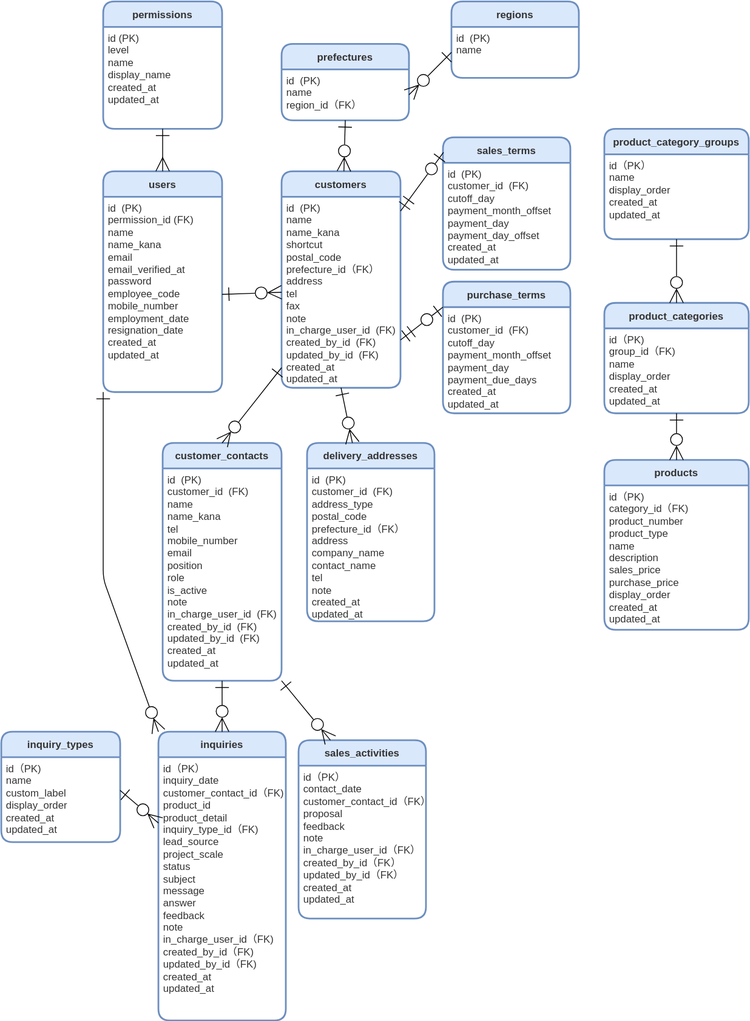
ryo-tom/flagship keeps this draw.io diagram as src/docs/ER.drawio.svg. Above is the earlier version. Source tidied: cells renumbered, new cells last; positions are measured from the earlier drawing's top-left corner, leaving out a move shared by most shapes.
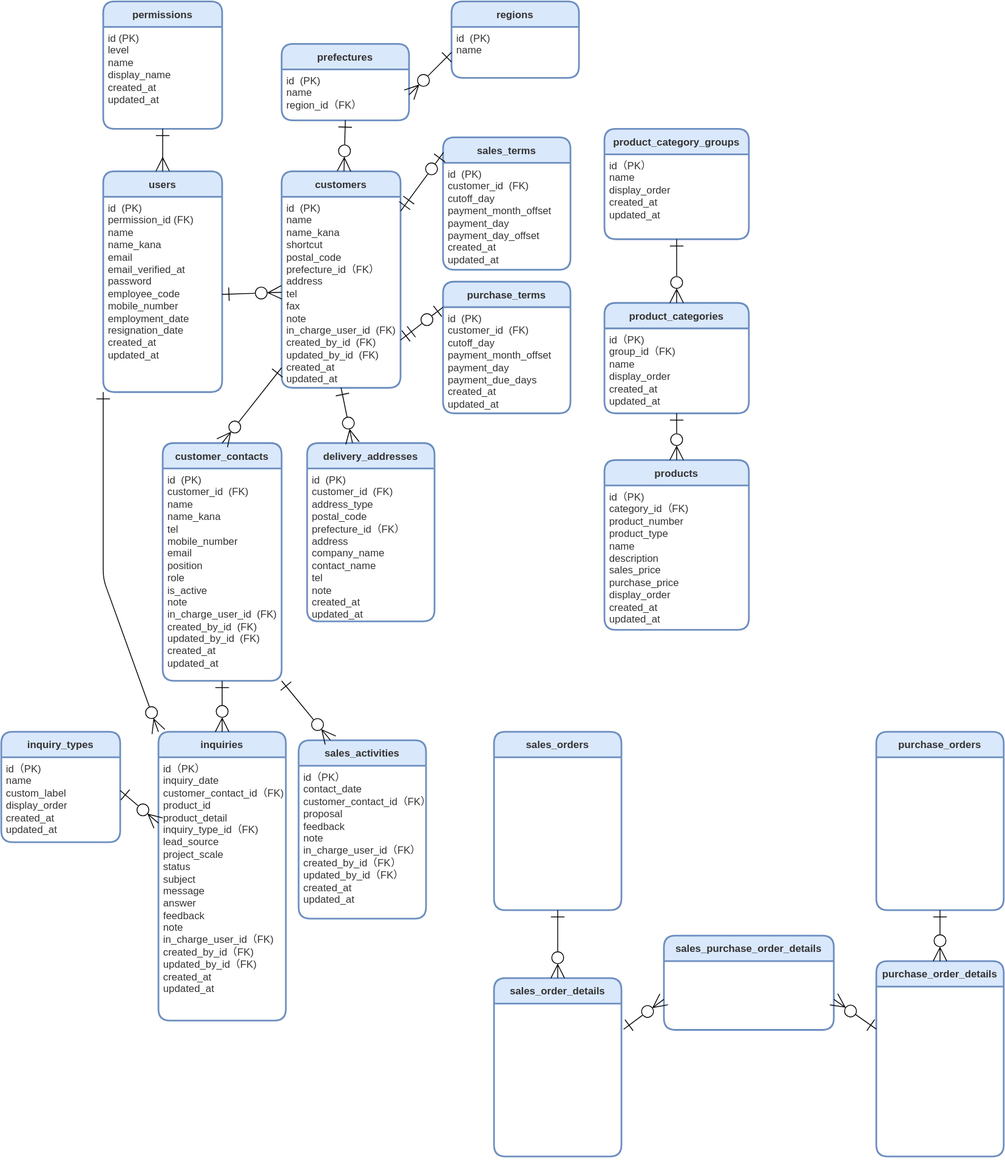
Later version of the same file.

Commit message:
docs: update table-definition, ER

Change to the diagram source:
```diff
@@ -138,5 +138,59 @@
     <mxCell id="45" style="edgeStyle=none;shape=connector;rounded=1;jumpStyle=none;jumpSize=6;html=1;shadow=0;labelBackgroundColor=default;strokeColor=default;fontFamily=Helvetica;fontSize=12;fontColor=default;startArrow=ERone;startFill=0;endArrow=ERzeroToMany;endFill=0;startSize=14;endSize=14;targetPerimeterSpacing=0;verticalAlign=top;exitX=1;exitY=1;exitDx=0;exitDy=0;entryX=0.25;entryY=0;entryDx=0;entryDy=0;" parent="1" edge="1" source="11" target="43">
       <mxGeometry relative="1" as="geometry" />
     </mxCell>
+    <mxCell id="46" value="sales_orders" style="swimlane;horizontal=1;startSize=30;rounded=1;fontSize=12;fontStyle=1;strokeWidth=2;shadow=0;dashed=0;align=center;fillColor=#dae8fc;strokeColor=#6c8ebf;fontColor=#333333;labelBackgroundColor=none;gradientColor=none;swimlaneFillColor=#FFFFFF;verticalAlign=middle;" parent="1" vertex="1">
+      <mxGeometry x="580" y="860" width="150" height="210" as="geometry" />
+    </mxCell>
+    <mxCell id="47" value="&lt;br&gt;" style="align=left;strokeColor=none;fillColor=none;spacingLeft=4;fontSize=12;verticalAlign=top;fontColor=#333333;html=1;" parent="46" vertex="1">
+      <mxGeometry y="30" width="150" height="180" as="geometry" />
+    </mxCell>
+    <mxCell id="48" value="purchase_orders" style="swimlane;horizontal=1;startSize=30;rounded=1;fontSize=12;fontStyle=1;strokeWidth=2;shadow=0;dashed=0;align=center;fillColor=#dae8fc;strokeColor=#6c8ebf;fontColor=#333333;labelBackgroundColor=none;gradientColor=none;swimlaneFillColor=#FFFFFF;verticalAlign=middle;" parent="1" vertex="1">
+      <mxGeometry x="1030" y="860" width="150" height="210" as="geometry" />
+    </mxCell>
+    <mxCell id="49" value="&lt;br&gt;" style="align=left;strokeColor=none;fillColor=none;spacingLeft=4;fontSize=12;verticalAlign=top;fontColor=#333333;html=1;" parent="48" vertex="1">
+      <mxGeometry y="30" width="150" height="180" as="geometry" />
+    </mxCell>
+    <mxCell id="50" value="purchase_order_details" style="swimlane;horizontal=1;startSize=30;rounded=1;fontSize=12;fontStyle=1;strokeWidth=2;shadow=0;dashed=0;align=center;fillColor=#dae8fc;strokeColor=#6c8ebf;fontColor=#333333;labelBackgroundColor=none;gradientColor=none;swimlaneFillColor=#FFFFFF;verticalAlign=middle;" parent="1" vertex="1">
+      <mxGeometry x="1030" y="1130" width="150" height="230" as="geometry" />
+    </mxCell>
+    <mxCell id="51" value="&lt;br&gt;" style="align=left;strokeColor=none;fillColor=none;spacingLeft=4;fontSize=12;verticalAlign=top;fontColor=#333333;html=1;" parent="50" vertex="1">
+      <mxGeometry y="30" width="150" height="200" as="geometry" />
+    </mxCell>
+    <mxCell id="52" value="sales_order_details" style="swimlane;horizontal=1;startSize=30;rounded=1;fontSize=12;fontStyle=1;strokeWidth=2;shadow=0;dashed=0;align=center;fillColor=#dae8fc;strokeColor=#6c8ebf;fontColor=#333333;labelBackgroundColor=none;gradientColor=none;swimlaneFillColor=#FFFFFF;verticalAlign=middle;" parent="1" vertex="1">
+      <mxGeometry x="580" y="1150" width="150" height="210" as="geometry" />
+    </mxCell>
+    <mxCell id="53" value="&lt;br&gt;" style="align=left;strokeColor=none;fillColor=none;spacingLeft=4;fontSize=12;verticalAlign=top;fontColor=#333333;html=1;" parent="52" vertex="1">
+      <mxGeometry y="30" width="150" height="180" as="geometry" />
+    </mxCell>
+    <mxCell id="54" value="&lt;br&gt;" style="align=left;strokeColor=none;fillColor=none;spacingLeft=4;fontSize=12;verticalAlign=top;fontColor=#333333;html=1;" parent="52" vertex="1">
+      <mxGeometry y="210" width="150" as="geometry" />
+    </mxCell>
+    <mxCell id="55" value="&lt;br&gt;" style="align=left;strokeColor=none;fillColor=none;spacingLeft=4;fontSize=12;verticalAlign=top;fontColor=#333333;html=1;" parent="52" vertex="1">
+      <mxGeometry y="210" width="150" as="geometry" />
+    </mxCell>
+    <mxCell id="56" value="sales_purchase_order_details" style="swimlane;horizontal=1;startSize=30;rounded=1;fontSize=12;fontStyle=1;strokeWidth=2;shadow=0;dashed=0;align=center;fillColor=#dae8fc;strokeColor=#6c8ebf;fontColor=#333333;labelBackgroundColor=none;gradientColor=none;swimlaneFillColor=#FFFFFF;verticalAlign=middle;" parent="1" vertex="1">
+      <mxGeometry x="780" y="1100" width="200" height="111" as="geometry" />
+    </mxCell>
+    <mxCell id="57" value="&lt;br&gt;" style="align=left;strokeColor=none;fillColor=none;spacingLeft=4;fontSize=12;verticalAlign=top;fontColor=#333333;html=1;" parent="56" vertex="1">
+      <mxGeometry y="30" width="200" height="180" as="geometry" />
+    </mxCell>
+    <mxCell id="58" value="&lt;br&gt;" style="align=left;strokeColor=none;fillColor=none;spacingLeft=4;fontSize=12;verticalAlign=top;fontColor=#333333;html=1;" parent="56" vertex="1">
+      <mxGeometry y="210" width="200" as="geometry" />
+    </mxCell>
+    <mxCell id="59" value="&lt;br&gt;" style="align=left;strokeColor=none;fillColor=none;spacingLeft=4;fontSize=12;verticalAlign=top;fontColor=#333333;html=1;" parent="56" vertex="1">
+      <mxGeometry y="210" width="200" height="-99" as="geometry" />
+    </mxCell>
+    <mxCell id="60" style="edgeStyle=none;shape=connector;rounded=1;jumpStyle=none;jumpSize=6;html=1;shadow=0;labelBackgroundColor=default;strokeColor=default;fontFamily=Helvetica;fontSize=12;fontColor=default;startArrow=ERone;startFill=0;endArrow=ERzeroToMany;endFill=0;startSize=14;endSize=14;targetPerimeterSpacing=0;verticalAlign=top;entryX=0.5;entryY=0;entryDx=0;entryDy=0;exitX=0.5;exitY=1;exitDx=0;exitDy=0;" parent="1" edge="1" source="47" target="52">
+      <mxGeometry relative="1" as="geometry" />
+    </mxCell>
+    <mxCell id="61" style="edgeStyle=none;shape=connector;rounded=1;jumpStyle=none;jumpSize=6;html=1;shadow=0;labelBackgroundColor=default;strokeColor=default;fontFamily=Helvetica;fontSize=12;fontColor=default;startArrow=ERone;startFill=0;endArrow=ERzeroToMany;endFill=0;startSize=14;endSize=14;targetPerimeterSpacing=0;verticalAlign=top;exitX=0.5;exitY=1;exitDx=0;exitDy=0;entryX=0.5;entryY=0;entryDx=0;entryDy=0;" parent="1" edge="1" source="49" target="50">
+      <mxGeometry relative="1" as="geometry" />
+    </mxCell>
+    <mxCell id="62" style="edgeStyle=none;shape=connector;rounded=1;jumpStyle=none;jumpSize=6;html=1;shadow=0;labelBackgroundColor=default;strokeColor=default;fontFamily=Helvetica;fontSize=12;fontColor=default;startArrow=ERone;startFill=0;endArrow=ERzeroToMany;endFill=0;startSize=14;endSize=14;targetPerimeterSpacing=0;verticalAlign=top;entryX=0;entryY=0.25;entryDx=0;entryDy=0;exitX=1.017;exitY=0.168;exitDx=0;exitDy=0;exitPerimeter=0;" parent="1" edge="1" source="53" target="57">
+      <mxGeometry relative="1" as="geometry" />
+    </mxCell>
+    <mxCell id="63" style="edgeStyle=none;shape=connector;rounded=1;jumpStyle=none;jumpSize=6;html=1;shadow=0;labelBackgroundColor=default;strokeColor=default;fontFamily=Helvetica;fontSize=12;fontColor=default;startArrow=ERone;startFill=0;endArrow=ERzeroToMany;endFill=0;startSize=14;endSize=14;targetPerimeterSpacing=0;verticalAlign=top;entryX=1;entryY=0.25;entryDx=0;entryDy=0;exitX=0;exitY=0.25;exitDx=0;exitDy=0;" parent="1" edge="1" source="51" target="57">
+      <mxGeometry relative="1" as="geometry" />
+    </mxCell>
   </root>
 </mxGraphModel>
```
